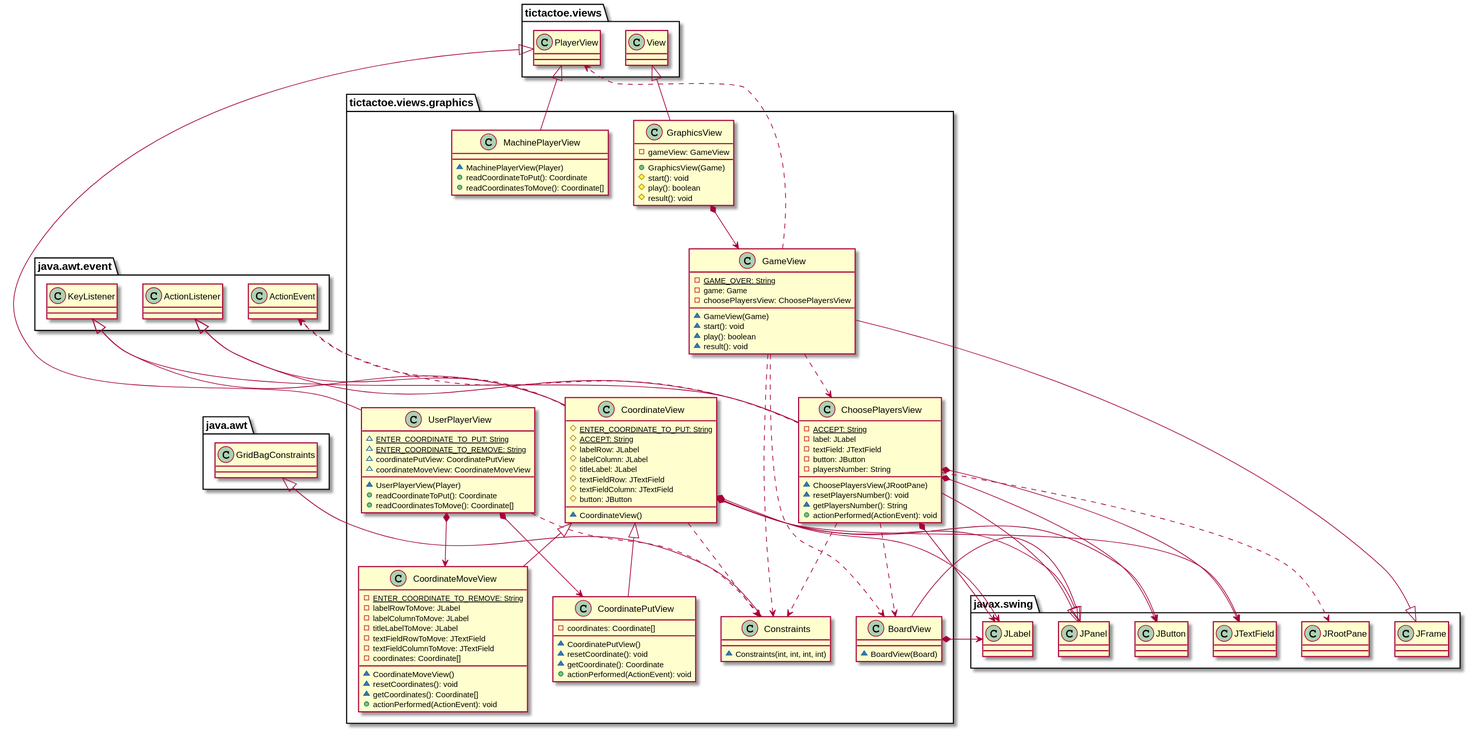
Above: docs/build/docs/asciidoc/images/tictactoeViewsGraphicsVersion3.svg in x-USantaTecla-game-ticTacToe/java (PlantUML), before the change.
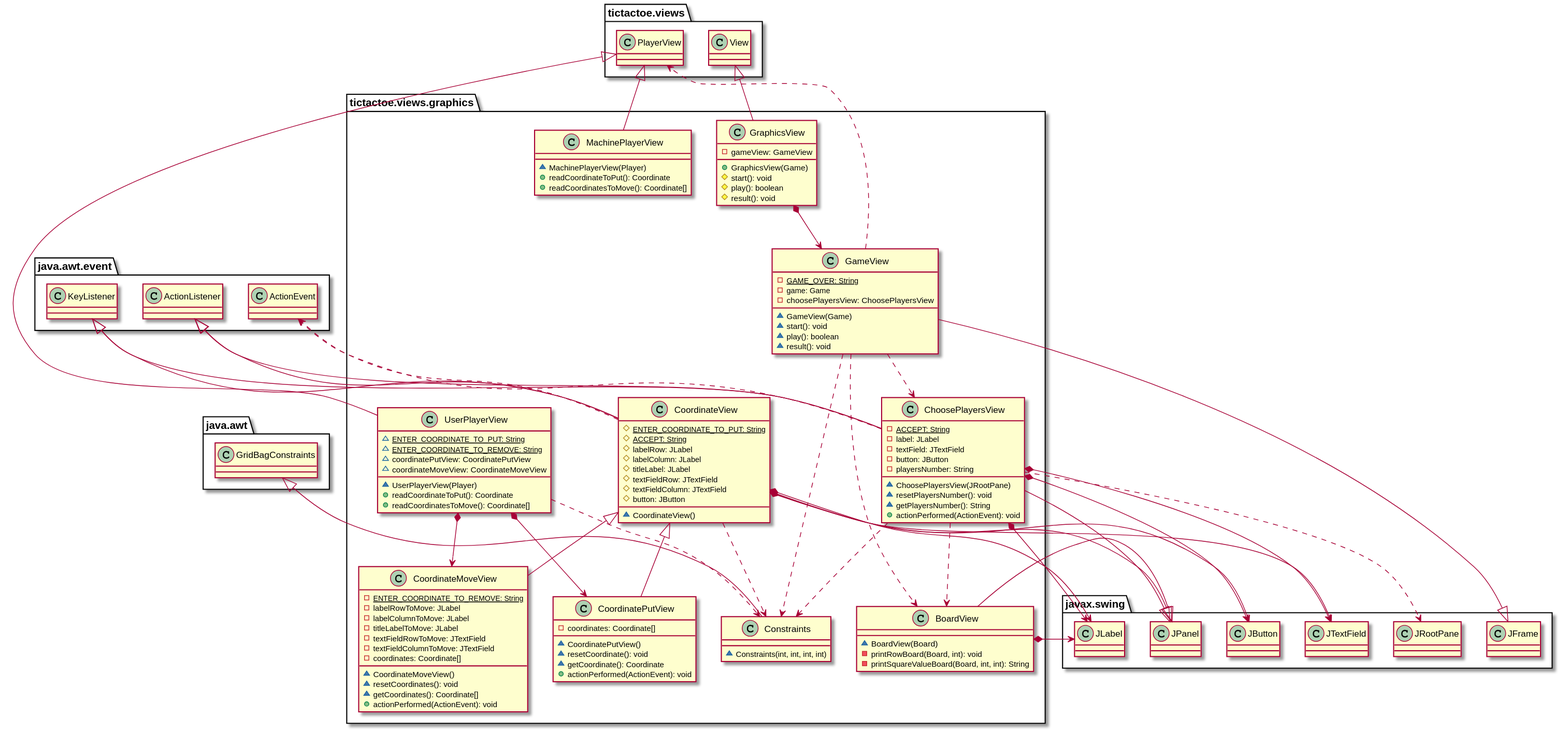
Above is the later version.

Commit message:
Refactor Board model and views

What changed in the source:
```diff
@@ -2,6 +2,8 @@
 
 class  tictactoe.views.graphics.BoardView{
 ~ BoardView(Board)
+- printRowBoard(Board, int): void
+- printSquareValueBoard(Board, int, int): String
 }
 javax.swing.JPanel <|-down- tictactoe.views.graphics.BoardView
 tictactoe.views.graphics.BoardView *-down-> javax.swing.JLabel
```
